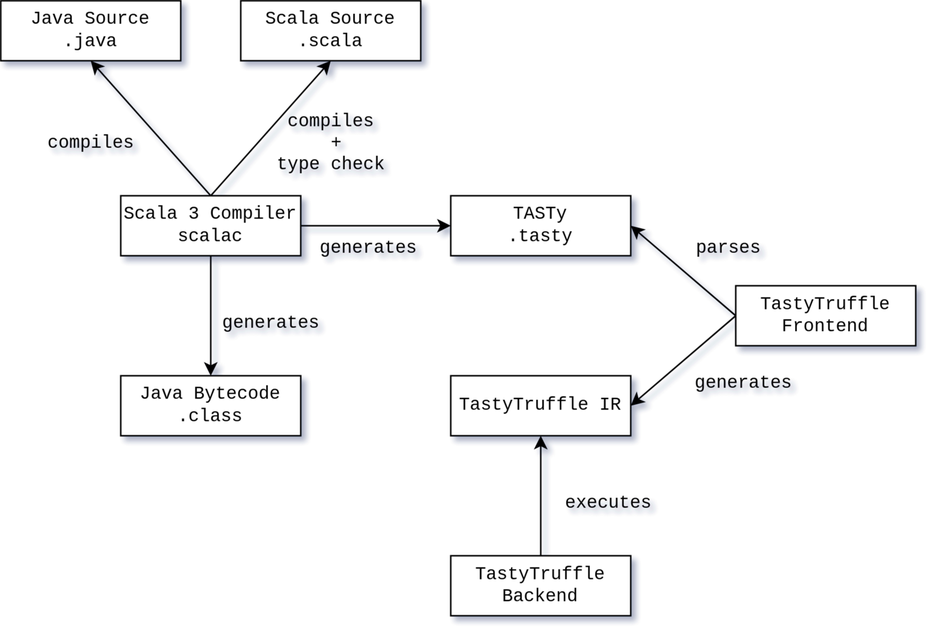
Above: figures/tastytruffle-pipeline.png in jmesyou/mmath-thesis (draw.io), before the change. Source tidied: cells renumbered, new cells last; positions are measured from the earlier drawing's top-left corner, leaving out a move shared by most shapes.
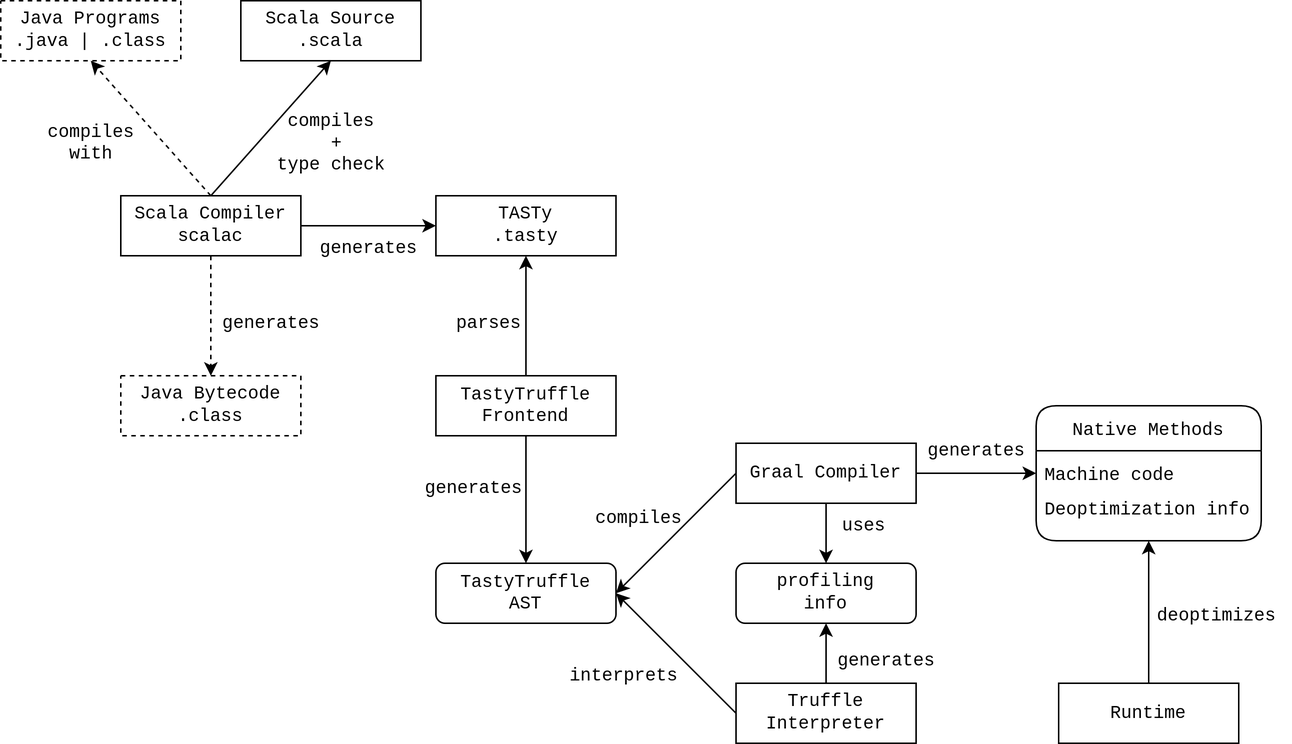
After the commit.

Change to the diagram source:
```diff
@@ -6,18 +6,18 @@
       <mxGeometry x="160" width="120" height="40" as="geometry" />
     </mxCell>
     <mxCell id="3" value="&lt;div&gt;&lt;font face=&quot;Courier New&quot;&gt;TASTy&lt;br&gt;&lt;/font&gt;&lt;/div&gt;&lt;div&gt;&lt;font face=&quot;Courier New&quot;&gt;.tasty&lt;br&gt;&lt;/font&gt;&lt;/div&gt;" style="rounded=0;whiteSpace=wrap;html=1;" parent="1" vertex="1">
-      <mxGeometry x="300" y="130" width="120" height="40" as="geometry" />
+      <mxGeometry x="290" y="130" width="120" height="40" as="geometry" />
     </mxCell>
-    <mxCell id="4" value="&lt;div&gt;&lt;font face=&quot;Courier New&quot;&gt;Java Source&lt;br&gt;&lt;/font&gt;&lt;/div&gt;&lt;div&gt;&lt;font face=&quot;Courier New&quot;&gt;.java&lt;br&gt;&lt;/font&gt;&lt;/div&gt;" style="rounded=0;whiteSpace=wrap;html=1;" parent="1" vertex="1">
+    <mxCell id="4" value="&lt;div&gt;&lt;font face=&quot;Courier New&quot;&gt;Java Programs&lt;br&gt;&lt;/font&gt;&lt;/div&gt;&lt;div&gt;&lt;font face=&quot;Courier New&quot;&gt;.java | .class&lt;br&gt;&lt;/font&gt;&lt;/div&gt;" style="rounded=0;whiteSpace=wrap;html=1;dashed=1;" parent="1" vertex="1">
       <mxGeometry width="120" height="40" as="geometry" />
     </mxCell>
-    <mxCell id="5" value="&lt;div&gt;&lt;font face=&quot;Courier New&quot;&gt;Java Bytecode&lt;br&gt;&lt;/font&gt;&lt;/div&gt;&lt;div&gt;&lt;font face=&quot;Courier New&quot;&gt;.class&lt;br&gt;&lt;/font&gt;&lt;/div&gt;" style="rounded=0;whiteSpace=wrap;html=1;" parent="1" vertex="1">
+    <mxCell id="5" value="&lt;div&gt;&lt;font face=&quot;Courier New&quot;&gt;Java Bytecode&lt;br&gt;&lt;/font&gt;&lt;/div&gt;&lt;div&gt;&lt;font face=&quot;Courier New&quot;&gt;.class&lt;br&gt;&lt;/font&gt;&lt;/div&gt;" style="rounded=0;whiteSpace=wrap;html=1;dashed=1;" parent="1" vertex="1">
       <mxGeometry x="80" y="250" width="120" height="40" as="geometry" />
     </mxCell>
-    <mxCell id="6" style="edgeStyle=orthogonalEdgeStyle;rounded=0;jettySize=auto;html=1;exitX=0.5;exitY=1;exitDx=0;exitDy=0;entryX=0.5;entryY=0;entryDx=0;entryDy=0;fontFamily=Courier New;labelPosition=right;verticalLabelPosition=middle;align=left;verticalAlign=middle;" parent="1" edge="1" source="10" target="5">
+    <mxCell id="6" style="edgeStyle=orthogonalEdgeStyle;rounded=0;jettySize=auto;html=1;exitX=0.5;exitY=1;exitDx=0;exitDy=0;entryX=0.5;entryY=0;entryDx=0;entryDy=0;fontFamily=Courier New;labelPosition=right;verticalLabelPosition=middle;align=left;verticalAlign=middle;dashed=1;" parent="1" edge="1" source="10" target="5">
       <mxGeometry relative="1" as="geometry" />
     </mxCell>
-    <mxCell id="7" style="rounded=0;jettySize=auto;html=1;exitX=0.5;exitY=0;exitDx=0;exitDy=0;entryX=0.5;entryY=1;entryDx=0;entryDy=0;fontFamily=Courier New;" parent="1" edge="1" source="10" target="4">
+    <mxCell id="7" style="rounded=0;jettySize=auto;html=1;exitX=0.5;exitY=0;exitDx=0;exitDy=0;entryX=0.5;entryY=1;entryDx=0;entryDy=0;fontFamily=Courier New;dashed=1;" parent="1" edge="1" source="10" target="4">
       <mxGeometry relative="1" as="geometry" />
     </mxCell>
     <mxCell id="8" style="edgeStyle=none;rounded=0;jettySize=auto;html=1;exitX=0.5;exitY=0;exitDx=0;exitDy=0;entryX=0.5;entryY=1;entryDx=0;entryDy=0;fontFamily=Courier New;" parent="1" edge="1" source="10" target="2">
@@ -26,7 +26,7 @@
     <mxCell id="9" style="edgeStyle=none;rounded=0;jettySize=auto;html=1;exitX=1;exitY=0.5;exitDx=0;exitDy=0;entryX=0;entryY=0.5;entryDx=0;entryDy=0;fontFamily=Courier New;" parent="1" edge="1" source="10" target="3">
       <mxGeometry relative="1" as="geometry" />
     </mxCell>
-    <mxCell id="10" value="&lt;div&gt;&lt;font face=&quot;Courier New&quot;&gt;Scala 3 Compiler&lt;br&gt;&lt;/font&gt;&lt;/div&gt;&lt;div&gt;&lt;font face=&quot;Courier New&quot;&gt;scalac&lt;/font&gt;&lt;br&gt;&lt;/div&gt;" style="rounded=0;whiteSpace=wrap;html=1;" parent="1" vertex="1">
+    <mxCell id="10" value="&lt;div&gt;&lt;font face=&quot;Courier New&quot;&gt;Scala Compiler&lt;br&gt;&lt;/font&gt;&lt;/div&gt;&lt;div&gt;&lt;font face=&quot;Courier New&quot;&gt;scalac&lt;/font&gt;&lt;br&gt;&lt;/div&gt;" style="rounded=0;whiteSpace=wrap;html=1;" parent="1" vertex="1">
       <mxGeometry x="80" y="130" width="120" height="40" as="geometry" />
     </mxCell>
     <mxCell id="11" value="&lt;div&gt;generates&lt;/div&gt;" style="text;html=1;align=center;verticalAlign=middle;fillColor=none;strokeColor=none;rounded=0;fontFamily=Courier New;" parent="1" vertex="1">
@@ -35,38 +35,88 @@
     <mxCell id="12" value="&lt;div&gt;compiles&lt;/div&gt;&lt;div&gt;&amp;nbsp;+ &lt;br&gt;&lt;/div&gt;&lt;div&gt;type check&lt;/div&gt;" style="text;html=1;align=center;verticalAlign=middle;fillColor=none;strokeColor=none;rounded=0;fontFamily=Courier New;" parent="1" vertex="1">
       <mxGeometry x="170" y="65" width="100" height="60" as="geometry" />
     </mxCell>
-    <mxCell id="13" value="&lt;div&gt;compiles&lt;/div&gt;" style="text;html=1;align=center;verticalAlign=middle;fillColor=none;strokeColor=none;rounded=0;fontFamily=Courier New;" parent="1" vertex="1">
-      <mxGeometry x="20" y="80" width="80" height="30" as="geometry" />
+    <mxCell id="13" value="&lt;div&gt;compiles&lt;/div&gt;&lt;div&gt;with&lt;br&gt;&lt;/div&gt;" style="text;html=1;align=center;verticalAlign=middle;fillColor=none;strokeColor=none;rounded=0;fontFamily=Courier New;" parent="1" vertex="1">
+      <mxGeometry x="20" y="75" width="80" height="40" as="geometry" />
     </mxCell>
     <mxCell id="14" value="&lt;div&gt;generates&lt;/div&gt;" style="text;html=1;align=center;verticalAlign=middle;fillColor=none;strokeColor=none;rounded=0;fontFamily=Courier New;" parent="1" vertex="1">
       <mxGeometry x="200" y="150" width="90" height="30" as="geometry" />
     </mxCell>
-    <mxCell id="15" style="edgeStyle=none;rounded=0;jettySize=auto;html=1;exitX=0;exitY=0.5;exitDx=0;exitDy=0;entryX=1;entryY=0.5;entryDx=0;entryDy=0;fontFamily=Courier New;" parent="1" edge="1" source="17" target="3">
+    <mxCell id="15" style="edgeStyle=none;rounded=0;jettySize=auto;html=1;exitX=0.5;exitY=0;exitDx=0;exitDy=0;entryX=0.5;entryY=1;entryDx=0;entryDy=0;fontFamily=Courier New;" parent="1" edge="1" source="17" target="3">
       <mxGeometry relative="1" as="geometry" />
     </mxCell>
-    <mxCell id="16" style="edgeStyle=none;rounded=0;jettySize=auto;html=1;exitX=0;exitY=0.5;exitDx=0;exitDy=0;entryX=1;entryY=0.5;entryDx=0;entryDy=0;fontFamily=Courier New;" parent="1" edge="1" source="17" target="18">
-      <mxGeometry relative="1" as="geometry" />
+    <mxCell id="16" style="edgeStyle=none;rounded=0;jettySize=auto;html=1;exitX=0.5;exitY=1;exitDx=0;exitDy=0;entryX=0.5;entryY=0;entryDx=0;entryDy=0;fontFamily=Courier New;" parent="1" edge="1" target="24">
+      <mxGeometry relative="1" as="geometry">
+        <mxPoint x="350" y="210" as="sourcePoint" />
+      </mxGeometry>
     </mxCell>
     <mxCell id="17" value="&lt;div&gt;&lt;font&gt;TastyTruffle&lt;/font&gt;&lt;/div&gt;&lt;font&gt;Frontend&lt;/font&gt;" style="rounded=0;whiteSpace=wrap;html=1;fontFamily=Courier New;" parent="1" vertex="1">
-      <mxGeometry x="490" y="190" width="120" height="40" as="geometry" />
+      <mxGeometry x="290" y="250" width="120" height="40" as="geometry" />
     </mxCell>
-    <mxCell id="18" value="&lt;div&gt;&lt;font face=&quot;Courier New&quot;&gt;TastyTruffle IR&lt;/font&gt;&lt;/div&gt;" style="rounded=0;whiteSpace=wrap;html=1;" parent="1" vertex="1">
-      <mxGeometry x="300" y="250" width="120" height="40" as="geometry" />
-    </mxCell>
-    <mxCell id="19" style="edgeStyle=none;rounded=0;jettySize=auto;html=1;exitX=0.5;exitY=0;exitDx=0;exitDy=0;entryX=0.5;entryY=1;entryDx=0;entryDy=0;fontFamily=Courier New;" parent="1" edge="1" source="20" target="18">
-      <mxGeometry relative="1" as="geometry" />
-    </mxCell>
-    <mxCell id="20" value="&lt;div&gt;&lt;font&gt;TastyTruffle&lt;/font&gt;&lt;/div&gt;&lt;div&gt;&lt;font&gt;Backend&lt;br&gt;&lt;/font&gt;&lt;/div&gt;&lt;font&gt;&lt;/font&gt;" style="rounded=0;whiteSpace=wrap;html=1;fontFamily=Courier New;" parent="1" vertex="1">
-      <mxGeometry x="300" y="370" width="120" height="40" as="geometry" />
-    </mxCell>
     <mxCell id="21" value="&lt;div&gt;parses&lt;/div&gt;" style="text;html=1;align=center;verticalAlign=middle;fillColor=none;strokeColor=none;rounded=0;fontFamily=Courier New;" parent="1" vertex="1">
-      <mxGeometry x="450" y="150" width="70" height="30" as="geometry" />
+      <mxGeometry x="290" y="200" width="70" height="30" as="geometry" />
     </mxCell>
     <mxCell id="22" value="&lt;div&gt;generates&lt;/div&gt;" style="text;html=1;align=center;verticalAlign=middle;fillColor=none;strokeColor=none;rounded=0;fontFamily=Courier New;" parent="1" vertex="1">
-      <mxGeometry x="450" y="240" width="90" height="30" as="geometry" />
+      <mxGeometry x="270" y="310" width="90" height="30" as="geometry" />
     </mxCell>
-    <mxCell id="23" value="&lt;div&gt;executes&lt;/div&gt;" style="text;html=1;align=center;verticalAlign=middle;fillColor=none;strokeColor=none;rounded=0;fontFamily=Courier New;" parent="1" vertex="1">
-      <mxGeometry x="365" y="320" width="80" height="30" as="geometry" />
-    </mxCell>
+    <mxCell id="24" value="&lt;div&gt;TastyTruffle&lt;br&gt;&lt;/div&gt;&lt;div&gt;AST&lt;br&gt;&lt;/div&gt;" style="rounded=1;whiteSpace=wrap;html=1;fontFamily=Courier New;" parent="1" vertex="1">
+      <mxGeometry x="290" y="375" width="120" height="40" as="geometry" />
+    </mxCell>
+    <mxCell id="25" style="rounded=0;jettySize=auto;html=1;exitX=0;exitY=0.5;exitDx=0;exitDy=0;entryX=1;entryY=0.5;entryDx=0;entryDy=0;fontFamily=Courier New;labelPosition=right;verticalLabelPosition=middle;align=left;verticalAlign=middle;" parent="1" edge="1" source="29" target="24">
+      <mxGeometry relative="1" as="geometry" />
+    </mxCell>
+    <mxCell id="26" value="compiles" style="text;html=1;align=center;verticalAlign=middle;fillColor=none;strokeColor=none;rounded=0;fontFamily=Courier New;" parent="1" vertex="1">
+      <mxGeometry x="385" y="330" width="80" height="30" as="geometry" />
+    </mxCell>
+    <mxCell id="27" style="edgeStyle=none;rounded=0;jettySize=auto;html=1;exitX=0.5;exitY=1;exitDx=0;exitDy=0;entryX=0.5;entryY=0;entryDx=0;entryDy=0;fontFamily=Courier New;" parent="1" edge="1" source="29" target="33">
+      <mxGeometry relative="1" as="geometry" />
+    </mxCell>
+    <mxCell id="28" style="edgeStyle=none;rounded=0;jettySize=auto;html=1;exitX=1;exitY=0.5;exitDx=0;exitDy=0;entryX=0;entryY=0.5;entryDx=0;entryDy=0;fontFamily=Courier New;" parent="1" edge="1" source="29" target="35">
+      <mxGeometry relative="1" as="geometry" />
+    </mxCell>
+    <mxCell id="29" value="&lt;font face=&quot;Courier New&quot;&gt;Graal Compiler&lt;/font&gt;" style="rounded=0;whiteSpace=wrap;html=1;" parent="1" vertex="1">
+      <mxGeometry x="490" y="295" width="120" height="40" as="geometry" />
+    </mxCell>
+    <mxCell id="30" style="edgeStyle=none;rounded=0;jettySize=auto;html=1;exitX=0;exitY=0.5;exitDx=0;exitDy=0;entryX=1;entryY=0.5;entryDx=0;entryDy=0;fontFamily=Courier New;" parent="1" edge="1" source="32" target="24">
+      <mxGeometry relative="1" as="geometry" />
+    </mxCell>
+    <mxCell id="31" style="edgeStyle=none;rounded=0;jettySize=auto;html=1;exitX=0.5;exitY=0;exitDx=0;exitDy=0;fontFamily=Courier New;" parent="1" edge="1" source="32" target="33">
+      <mxGeometry relative="1" as="geometry" />
+    </mxCell>
+    <mxCell id="32" value="&lt;font face=&quot;Courier New&quot;&gt;Truffle Interpreter&lt;/font&gt;" style="rounded=0;whiteSpace=wrap;html=1;" parent="1" vertex="1">
+      <mxGeometry x="490" y="455" width="120" height="40" as="geometry" />
+    </mxCell>
+    <mxCell id="33" value="&lt;div&gt;&lt;font face=&quot;Courier New&quot;&gt;profiling&lt;/font&gt;&lt;/div&gt;&lt;div&gt;&lt;font face=&quot;Courier New&quot;&gt;info&lt;/font&gt;&lt;/div&gt;" style="rounded=1;whiteSpace=wrap;html=1;" parent="1" vertex="1">
+      <mxGeometry x="490" y="375" width="120" height="40" as="geometry" />
+    </mxCell>
+    <mxCell id="34" value="Native Methods" style="swimlane;fontStyle=0;horizontal=1;startSize=30;rounded=1;fontFamily=Courier New;swimlaneFillColor=none;" parent="1" vertex="1">
+      <mxGeometry x="690" y="270" width="150" height="90" as="geometry" />
+    </mxCell>
+    <mxCell id="35" value="Machine code" style="text;strokeColor=none;fillColor=none;align=left;verticalAlign=middle;spacingLeft=4;spacingRight=4;overflow=hidden;points=[[0,0.5],[1,0.5]];portConstraint=eastwest;rounded=0;fontFamily=Courier New;labelBorderColor=none;" parent="34" vertex="1">
+      <mxGeometry y="30" width="150" height="30" as="geometry" />
+    </mxCell>
+    <mxCell id="36" value="Deoptimization info&#10;" style="text;strokeColor=none;fillColor=none;align=left;verticalAlign=middle;spacingLeft=4;spacingRight=4;overflow=hidden;rounded=0;fontFamily=Courier New;" parent="34" vertex="1">
+      <mxGeometry y="60" width="150" height="30" as="geometry" />
+    </mxCell>
+    <mxCell id="37" style="edgeStyle=none;rounded=0;jettySize=auto;html=1;exitX=0.5;exitY=0;exitDx=0;exitDy=0;entryX=0.5;entryY=1;entryDx=0;entryDy=0;fontFamily=Courier New;" parent="1" edge="1" source="38" target="34">
+      <mxGeometry relative="1" as="geometry" />
+    </mxCell>
+    <mxCell id="38" value="Runtime" style="rounded=0;whiteSpace=wrap;html=1;fontFamily=Courier New;" parent="1" vertex="1">
+      <mxGeometry x="705" y="455" width="120" height="40" as="geometry" />
+    </mxCell>
+    <mxCell id="39" value="interprets" style="text;html=1;align=center;verticalAlign=middle;fillColor=none;strokeColor=none;rounded=0;fontFamily=Courier New;" parent="1" vertex="1">
+      <mxGeometry x="365" y="435" width="100" height="30" as="geometry" />
+    </mxCell>
+    <mxCell id="40" value="uses" style="text;html=1;align=center;verticalAlign=middle;fillColor=none;strokeColor=none;rounded=0;fontFamily=Courier New;" parent="1" vertex="1">
+      <mxGeometry x="550" y="335" width="50" height="30" as="geometry" />
+    </mxCell>
+    <mxCell id="41" value="generates" style="text;html=1;align=center;verticalAlign=middle;fillColor=none;strokeColor=none;rounded=0;fontFamily=Courier New;" parent="1" vertex="1">
+      <mxGeometry x="545" y="425" width="90" height="30" as="geometry" />
+    </mxCell>
+    <mxCell id="42" value="deoptimizes" style="text;html=1;align=center;verticalAlign=middle;fillColor=none;strokeColor=none;rounded=0;fontFamily=Courier New;" parent="1" vertex="1">
+      <mxGeometry x="760" y="395" width="100" height="30" as="geometry" />
+    </mxCell>
+    <mxCell id="43" value="generates" style="text;html=1;align=center;verticalAlign=middle;fillColor=none;strokeColor=none;rounded=0;fontFamily=Courier New;" parent="1" vertex="1">
+      <mxGeometry x="605" y="285" width="90" height="30" as="geometry" />
+    </mxCell>
   </root>
 </mxGraphModel>
```
